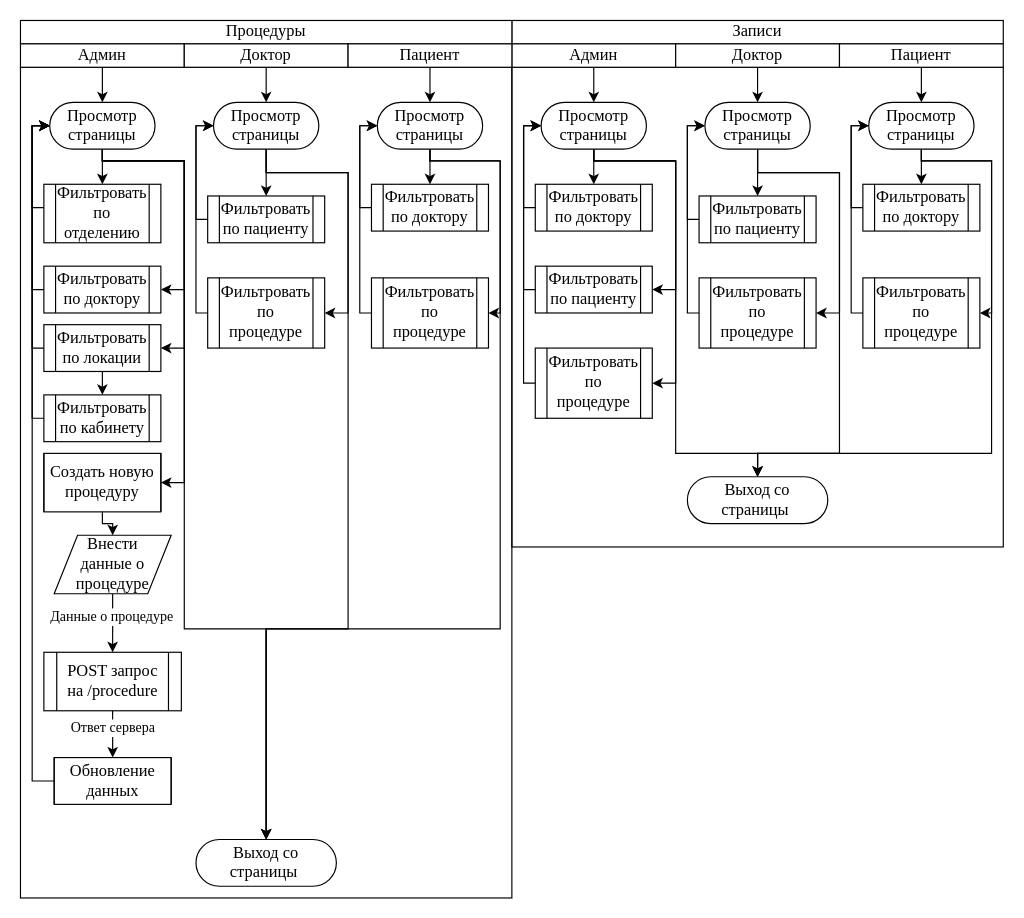
arturyumaev/Bachelor-Diploma-Docs keeps this draw.io diagram as procedures and patients.drawio. Above is the earlier version. Source tidied: cells renumbered, new cells numbered last; positions are measured from the earlier drawing's top-left corner, leaving out a move shared by most shapes. Both pictures are drawn from the tidied source at 117%, with x=0, y=0 at pixel (20, 20).
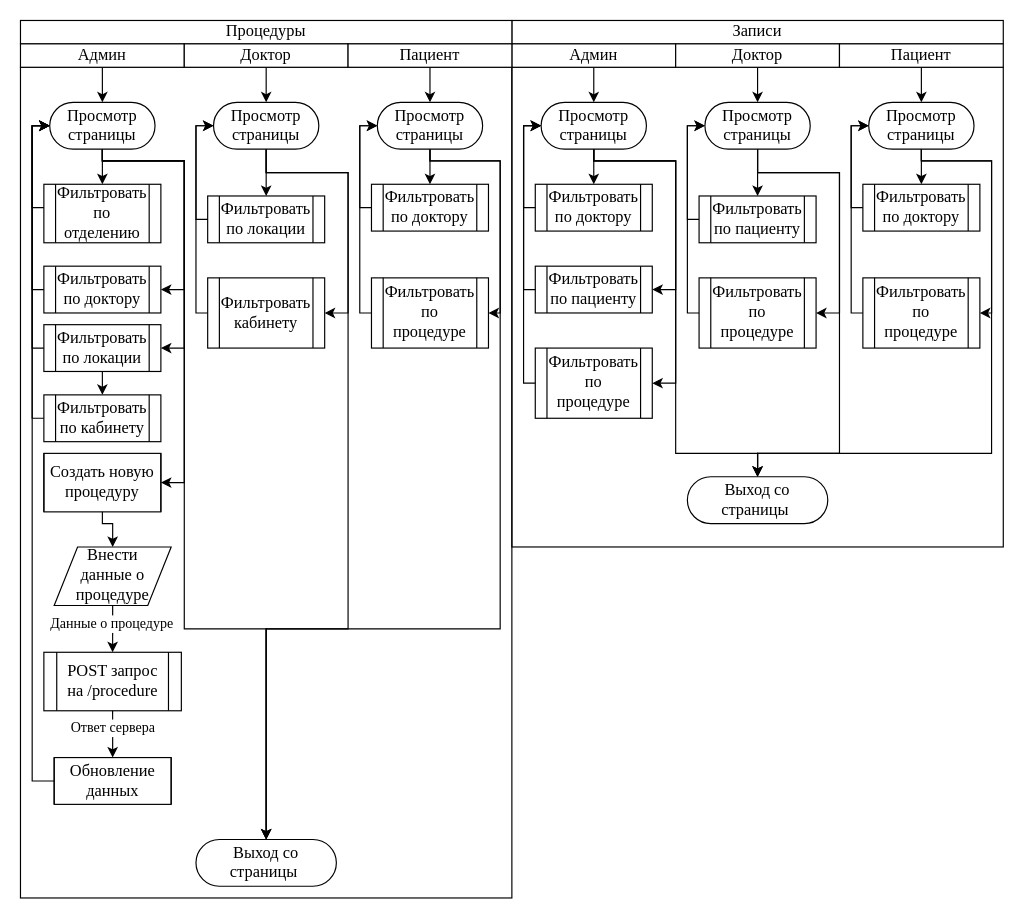
The same page after the edit.

Change to the diagram source:
```diff
@@
-    <mxCell id="71" value="&lt;font style=&quot;font-size: 14px&quot; face=&quot;Times New Roman&quot;&gt;Фильтровать по пациенту&lt;/font&gt;" style="shape=process;whiteSpace=wrap;html=1;backgroundOutline=1;fillColor=none;" parent="1" vertex="1">
+    <mxCell id="71" value="&lt;font style=&quot;font-size: 14px&quot; face=&quot;Times New Roman&quot;&gt;Фильтровать по локации&lt;/font&gt;" style="shape=process;whiteSpace=wrap;html=1;backgroundOutline=1;fillColor=none;" parent="1" vertex="1">
       <mxGeometry x="160" y="150" width="100" height="40" as="geometry" />
     </mxCell>
@@
-    <mxCell id="73" value="&lt;font style=&quot;font-size: 14px&quot; face=&quot;Times New Roman&quot;&gt;Фильтровать по процедуре&lt;/font&gt;" style="shape=process;whiteSpace=wrap;html=1;backgroundOutline=1;fillColor=none;" parent="1" vertex="1">
+    <mxCell id="73" value="&lt;font style=&quot;font-size: 14px&quot; face=&quot;Times New Roman&quot;&gt;Фильтровать кабинету&lt;/font&gt;" style="shape=process;whiteSpace=wrap;html=1;backgroundOutline=1;fillColor=none;" parent="1" vertex="1">
       <mxGeometry x="160" y="220" width="100" height="60" as="geometry" />
     </mxCell>
@@
     <mxCell id="84" value="&lt;font style=&quot;font-size: 14px&quot; face=&quot;Times New Roman&quot;&gt;Внести&lt;br&gt;данные о процедуре&lt;/font&gt;" style="shape=parallelogram;perimeter=parallelogramPerimeter;whiteSpace=wrap;html=1;fixedSize=1;" parent="1" vertex="1">
-      <mxGeometry x="28.8" y="440" width="100" height="50" as="geometry" />
+      <mxGeometry x="28.8" y="450" width="100" height="50" as="geometry" />
     </mxCell>
```
